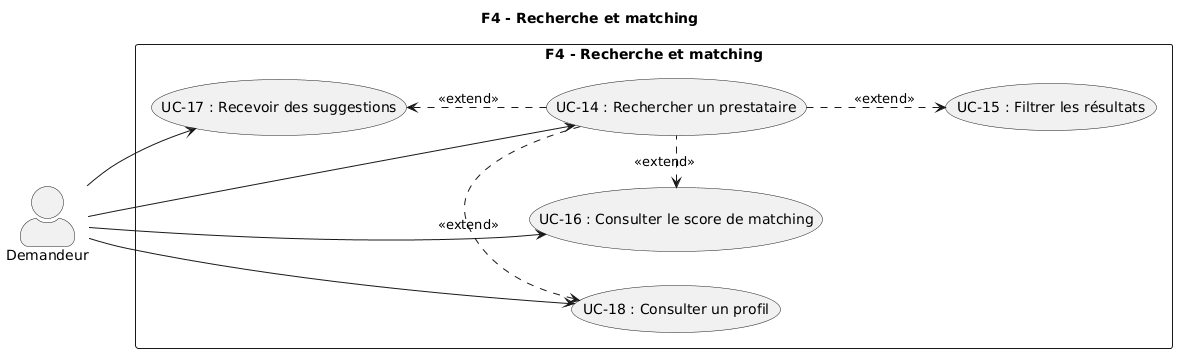
Above: images/diagramme_cu_p4.png in KazeHolloway/Projet_LaTex (PlantUML), before the change. Source of this version:
```plantuml
@startuml
title F4 - Recherche et matching

left to right direction
skinparam actorStyle awesome

actor "Demandeur" as demandeur

rectangle "F4 - Recherche et matching" {
  usecase "UC-14 : Rechercher un prestataire" as UC14
  usecase "UC-15 : Filtrer les résultats" as UC15
  usecase "UC-16 : Consulter le score de matching" as UC16
  usecase "UC-17 : Recevoir des suggestions" as UC17
  usecase "UC-18 : Consulter un profil" as UC18
}

UC14 .down.> UC15 : <<extend>>
UC14 .left.> UC16 : <<extend>>
UC14 .up.> UC17 : <<extend>>
UC14 .left.> UC18 : <<extend>>



demandeur --> UC14
demandeur --> UC16
demandeur --> UC17
demandeur --> UC18
@enduml
```
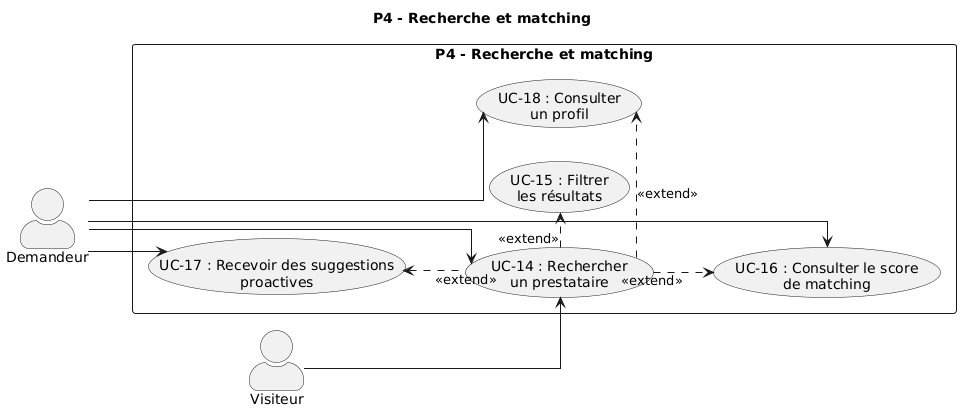
Above is the later version.

Commit message:
PreÃÃmière correction des diagramme de cas d'utilisation

What changed in the source:
```diff
@@ -1,26 +1,27 @@
 @startuml
-title F4 - Recherche et matching
+title P4 - Recherche et matching
 
 left to right direction
 skinparam actorStyle awesome
+skinparam linetype ortho
 
+actor "Visiteur" as visiteur
 actor "Demandeur" as demandeur
 
-rectangle "F4 - Recherche et matching" {
-  usecase "UC-14 : Rechercher un prestataire" as UC14
-  usecase "UC-15 : Filtrer les résultats" as UC15
-  usecase "UC-16 : Consulter le score de matching" as UC16
-  usecase "UC-17 : Recevoir des suggestions" as UC17
-  usecase "UC-18 : Consulter un profil" as UC18
+rectangle "P4 - Recherche et matching" {
+  usecase "UC-17 : Recevoir des suggestions\nproactives" as UC17
+  usecase "UC-14 : Rechercher\nun prestataire" as UC14
+  usecase "UC-15 : Filtrer\nles résultats" as UC15
+  usecase "UC-16 : Consulter le score\nde matching" as UC16
+  usecase "UC-18 : Consulter\nun profil" as UC18
 }
 
-UC14 .down.> UC15 : <<extend>>
-UC14 .left.> UC16 : <<extend>>
 UC14 .up.> UC17 : <<extend>>
-UC14 .left.> UC18 : <<extend>>
+UC14 .right.> UC15 : <<extend>>
+UC14 .down.> UC16 : <<extend>>
+UC14 .right.> UC18 : <<extend>>
 
-
-
+visiteur --> UC14
 demandeur --> UC14
 demandeur --> UC16
 demandeur --> UC17
```
